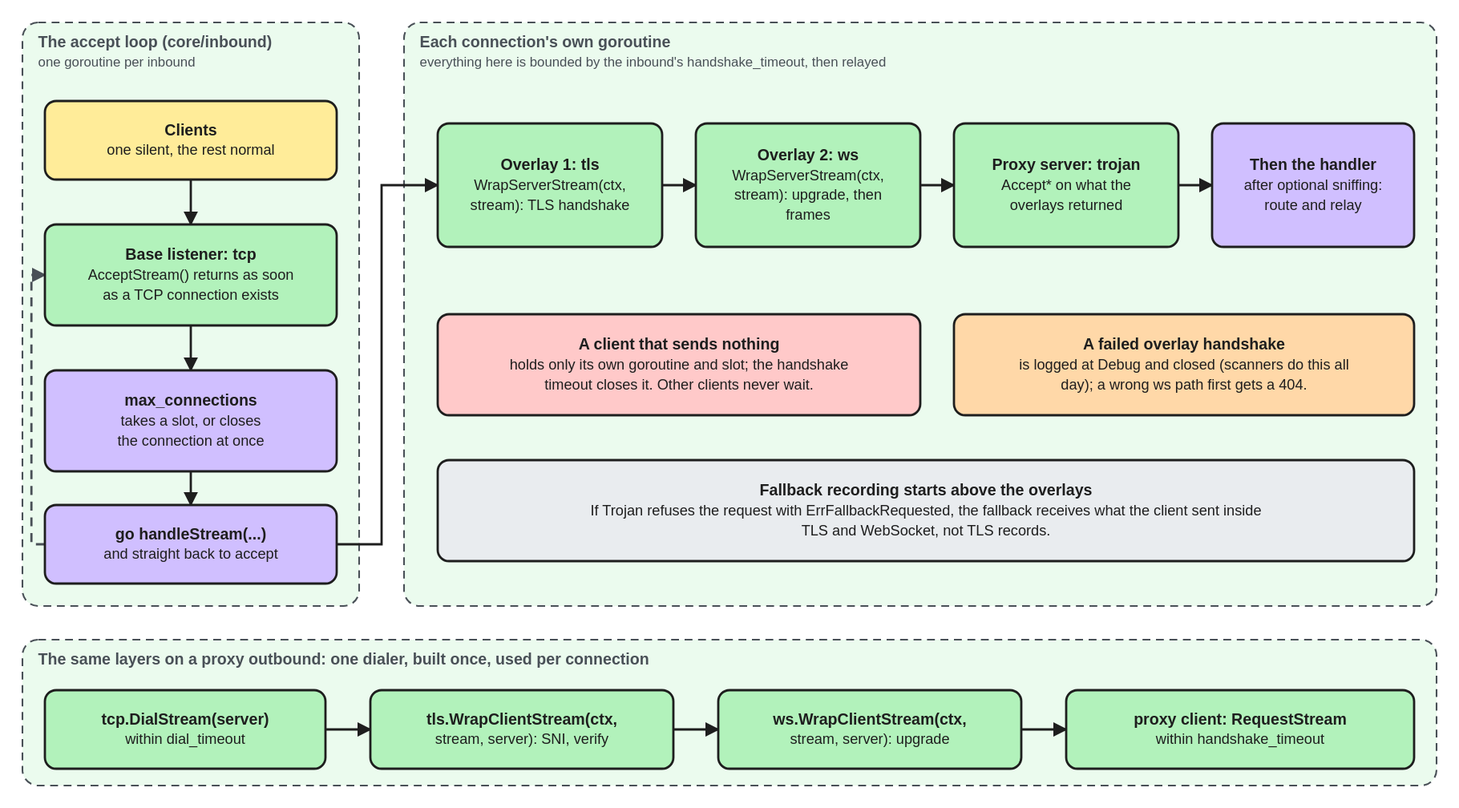
Before: docs/assets/diagrams/overlay-per-connection.excalidraw.svg, a diagram exported from Excalidraw (we-apranik/apranik). Source tidied: one line per element, renumbered; positions are measured from the earlier drawing's top-left corner, leaving out a move shared by most shapes. Its diagram source:
```json
{"id": 0, "type": "rectangle", "strokeColor": "#495057", "backgroundColor": "#ebfbee", "fillStyle": "solid", "strokeWidth": 1, "strokeStyle": "dashed", "roughness": 0, "round": true, "x": 0, "y": 0, "width": 300, "height": 520}
{"id": 1, "type": "text", "text": "The accept loop (core/inbound)\none goroutine per inbound", "strokeColor": "#495057", "strokeWidth": 2, "roughness": 0, "fontSize": 14, "fontFamily": 2, "verticalAlign": "middle", "x": 14, "y": 8, "width": 272, "height": 35}
{"id": 2, "type": "rectangle", "strokeColor": "#1e1e1e", "backgroundColor": "#ffec99", "fillStyle": "solid", "strokeWidth": 2, "roughness": 0, "round": true, "x": 20, "y": 70, "width": 260, "height": 70}
{"id": 3, "type": "text", "text": "Clients\none silent, the rest normal", "strokeColor": "#1e1e1e", "strokeWidth": 2, "roughness": 0, "fontSize": 13, "fontFamily": 2, "textAlign": "center", "verticalAlign": "middle", "inside": 2, "x": 20, "y": 70, "width": 260, "height": 32}
{"id": 4, "type": "rectangle", "strokeColor": "#1e1e1e", "backgroundColor": "#b2f2bb", "fillStyle": "solid", "strokeWidth": 2, "roughness": 0, "round": true, "x": 20, "y": 180, "width": 260, "height": 90}
{"id": 5, "type": "text", "text": "Base listener: tcp\nAcceptStream() returns as soon\nas a TCP connection exists", "strokeColor": "#1e1e1e", "strokeWidth": 2, "roughness": 0, "fontSize": 13, "fontFamily": 2, "textAlign": "center", "verticalAlign": "middle", "inside": 4, "x": 20, "y": 180, "width": 260, "height": 49}
{"id": 6, "type": "rectangle", "strokeColor": "#1e1e1e", "backgroundColor": "#d0bfff", "fillStyle": "solid", "strokeWidth": 2, "roughness": 0, "round": true, "x": 20, "y": 310, "width": 260, "height": 90}
{"id": 7, "type": "text", "text": "max_connections\ntakes a slot, or closes\nthe connection at once", "strokeColor": "#1e1e1e", "strokeWidth": 2, "roughness": 0, "fontSize": 13, "fontFamily": 2, "textAlign": "center", "verticalAlign": "middle", "inside": 6, "x": 20, "y": 310, "width": 260, "height": 49}
{"id": 8, "type": "rectangle", "strokeColor": "#1e1e1e", "backgroundColor": "#d0bfff", "fillStyle": "solid", "strokeWidth": 2, "roughness": 0, "round": true, "x": 20, "y": 430, "width": 260, "height": 70}
{"id": 9, "type": "text", "text": "go handleStream(...)\nand straight back to accept", "strokeColor": "#1e1e1e", "strokeWidth": 2, "roughness": 0, "fontSize": 13, "fontFamily": 2, "textAlign": "center", "verticalAlign": "middle", "inside": 8, "x": 20, "y": 430, "width": 260, "height": 32}
{"id": 10, "type": "arrow", "strokeColor": "#1e1e1e", "strokeWidth": 2, "roughness": 0, "endArrowhead": "arrow", "from": 2, "to": 4, "x": 150, "y": 140, "width": 0, "height": 40, "points": [[0, 0], [0, 40]]}
{"id": 11, "type": "arrow", "strokeColor": "#1e1e1e", "strokeWidth": 2, "roughness": 0, "endArrowhead": "arrow", "from": 4, "to": 6, "x": 150, "y": 270, "width": 0, "height": 40, "points": [[0, 0], [0, 40]]}
{"id": 12, "type": "arrow", "strokeColor": "#1e1e1e", "strokeWidth": 2, "roughness": 0, "endArrowhead": "arrow", "from": 6, "to": 8, "x": 150, "y": 400, "width": 0, "height": 30, "points": [[0, 0], [0, 30]]}
{"id": 13, "type": "arrow", "strokeColor": "#495057", "strokeWidth": 2, "strokeStyle": "dashed", "roughness": 0, "endArrowhead": "arrow", "from": 8, "to": 4, "x": 20, "y": 465, "width": 12, "height": 240, "points": [[0, 0], [-12, 0], [-12, -240], [0, -240]]}
{"id": 14, "type": "rectangle", "strokeColor": "#495057", "backgroundColor": "#ebfbee", "fillStyle": "solid", "strokeWidth": 1, "strokeStyle": "dashed", "roughness": 0, "round": true, "x": 340, "y": 0, "width": 920, "height": 520}
{"id": 15, "type": "text", "text": "Each connection's own goroutine\neverything here is bounded by the inbound's handshake_timeout, then relayed", "strokeColor": "#495057", "strokeWidth": 2, "roughness": 0, "fontSize": 14, "fontFamily": 2, "verticalAlign": "middle", "x": 354, "y": 8, "width": 892, "height": 35}
{"id": 16, "type": "rectangle", "strokeColor": "#1e1e1e", "backgroundColor": "#b2f2bb", "fillStyle": "solid", "strokeWidth": 2, "roughness": 0, "round": true, "x": 370, "y": 90, "width": 200, "height": 110}
{"id": 17, "type": "text", "text": "Overlay 1: tls\nWrapServerStream(ctx,\nstream): TLS handshake", "strokeColor": "#1e1e1e", "strokeWidth": 2, "roughness": 0, "fontSize": 13, "fontFamily": 2, "textAlign": "center", "verticalAlign": "middle", "inside": 16, "x": 370, "y": 90, "width": 200, "height": 49}
{"id": 18, "type": "rectangle", "strokeColor": "#1e1e1e", "backgroundColor": "#b2f2bb", "fillStyle": "solid", "strokeWidth": 2, "roughness": 0, "round": true, "x": 600, "y": 90, "width": 200, "height": 110}
{"id": 19, "type": "text", "text": "Overlay 2: ws\nWrapServerStream(ctx,\nstream): upgrade, then\nframes", "strokeColor": "#1e1e1e", "strokeWidth": 2, "roughness": 0, "fontSize": 13, "fontFamily": 2, "textAlign": "center", "verticalAlign": "middle", "inside": 18, "x": 600, "y": 90, "width": 200, "height": 65}
{"id": 20, "type": "rectangle", "strokeColor": "#1e1e1e", "backgroundColor": "#b2f2bb", "fillStyle": "solid", "strokeWidth": 2, "roughness": 0, "round": true, "x": 830, "y": 90, "width": 200, "height": 110}
{"id": 21, "type": "text", "text": "Proxy server: trojan\nAccept* on what the\noverlays returned", "strokeColor": "#1e1e1e", "strokeWidth": 2, "roughness": 0, "fontSize": 13, "fontFamily": 2, "textAlign": "center", "verticalAlign": "middle", "inside": 20, "x": 830, "y": 90, "width": 200, "height": 49}
{"id": 22, "type": "rectangle", "strokeColor": "#1e1e1e", "backgroundColor": "#d0bfff", "fillStyle": "solid", "strokeWidth": 2, "roughness": 0, "round": true, "x": 1060, "y": 90, "width": 180, "height": 110}
{"id": 23, "type": "text", "text": "Then the handler\nafter optional sniffing:\nroute and relay", "strokeColor": "#1e1e1e", "strokeWidth": 2, "roughness": 0, "fontSize": 13, "fontFamily": 2, "textAlign": "center", "verticalAlign": "middle", "inside": 22, "x": 1060, "y": 90, "width": 180, "height": 49}
{"id": 24, "type": "arrow", "strokeColor": "#1e1e1e", "strokeWidth": 2, "roughness": 0, "endArrowhead": "arrow", "from": 16, "to": 18, "x": 570, "y": 145, "width": 30, "height": 0, "points": [[0, 0], [30, 0]]}
{"id": 25, "type": "arrow", "strokeColor": "#1e1e1e", "strokeWidth": 2, "roughness": 0, "endArrowhead": "arrow", "from": 18, "to": 20, "x": 800, "y": 145, "width": 30, "height": 0, "points": [[0, 0], [30, 0]]}
{"id": 26, "type": "arrow", "strokeColor": "#1e1e1e", "strokeWidth": 2, "roughness": 0, "endArrowhead": "arrow", "from": 20, "to": 22, "x": 1030, "y": 145, "width": 30, "height": 0, "points": [[0, 0], [30, 0]]}
{"id": 27, "type": "arrow", "strokeColor": "#1e1e1e", "strokeWidth": 2, "roughness": 0, "endArrowhead": "arrow", "from": 8, "to": 16, "x": 280, "y": 465, "width": 90, "height": 320, "points": [[0, 0], [40, 0], [40, -320], [90, -320]]}
{"id": 28, "type": "rectangle", "strokeColor": "#1e1e1e", "backgroundColor": "#ffc9c9", "fillStyle": "solid", "strokeWidth": 2, "roughness": 0, "round": true, "x": 370, "y": 260, "width": 430, "height": 90}
{"id": 29, "type": "text", "text": "A client that sends nothing\nholds only its own goroutine and slot; the handshake\ntimeout closes it. Other clients never wait.", "strokeColor": "#1e1e1e", "strokeWidth": 2, "roughness": 0, "fontSize": 13, "fontFamily": 2, "textAlign": "center", "verticalAlign": "middle", "inside": 28, "x": 370, "y": 260, "width": 430, "height": 49}
{"id": 30, "type": "rectangle", "strokeColor": "#1e1e1e", "backgroundColor": "#ffd8a8", "fillStyle": "solid", "strokeWidth": 2, "roughness": 0, "round": true, "x": 830, "y": 260, "width": 410, "height": 90}
{"id": 31, "type": "text", "text": "A failed overlay handshake\nis logged at Debug and closed (scanners do this all\nday); a wrong ws path first gets a 404.", "strokeColor": "#1e1e1e", "strokeWidth": 2, "roughness": 0, "fontSize": 13, "fontFamily": 2, "textAlign": "center", "verticalAlign": "middle", "inside": 30, "x": 830, "y": 260, "width": 410, "height": 49}
{"id": 32, "type": "rectangle", "strokeColor": "#1e1e1e", "backgroundColor": "#e9ecef", "fillStyle": "solid", "strokeWidth": 2, "roughness": 0, "round": true, "x": 370, "y": 390, "width": 870, "height": 90}
{"id": 33, "type": "text", "text": "Fallback recording starts above the overlays\nIf Trojan refuses the request with ErrFallbackRequested, the fallback receives what the client sent inside\nTLS and WebSocket, not TLS records.", "strokeColor": "#1e1e1e", "strokeWidth": 2, "roughness": 0, "fontSize": 13, "fontFamily": 2, "textAlign": "center", "verticalAlign": "middle", "inside": 32, "x": 370, "y": 390, "width": 870, "height": 49}
{"id": 34, "type": "rectangle", "strokeColor": "#495057", "backgroundColor": "#ebfbee", "fillStyle": "solid", "strokeWidth": 1, "strokeStyle": "dashed", "roughness": 0, "round": true, "x": 0, "y": 550, "width": 1260, "height": 130}
{"id": 35, "type": "text", "text": "The same layers on a proxy outbound: one dialer, built once, used per connection", "strokeColor": "#495057", "strokeWidth": 2, "roughness": 0, "fontSize": 14, "fontFamily": 2, "verticalAlign": "middle", "x": 14, "y": 558, "width": 1232, "height": 18}
{"id": 36, "type": "rectangle", "strokeColor": "#1e1e1e", "backgroundColor": "#b2f2bb", "fillStyle": "solid", "strokeWidth": 2, "roughness": 0, "round": true, "x": 20, "y": 595, "width": 250, "height": 70}
{"id": 37, "type": "text", "text": "tcp.DialStream(server)\nwithin dial_timeout", "strokeColor": "#1e1e1e", "strokeWidth": 2, "roughness": 0, "fontSize": 13, "fontFamily": 2, "textAlign": "center", "verticalAlign": "middle", "inside": 36, "x": 20, "y": 595, "width": 250, "height": 32}
{"id": 38, "type": "rectangle", "strokeColor": "#1e1e1e", "backgroundColor": "#b2f2bb", "fillStyle": "solid", "strokeWidth": 2, "roughness": 0, "round": true, "x": 310, "y": 595, "width": 270, "height": 70}
{"id": 39, "type": "text", "text": "tls.WrapClientStream(ctx,\nstream, server): SNI, verify", "strokeColor": "#1e1e1e", "strokeWidth": 2, "roughness": 0, "fontSize": 13, "fontFamily": 2, "textAlign": "center", "verticalAlign": "middle", "inside": 38, "x": 310, "y": 595, "width": 270, "height": 32}
{"id": 40, "type": "rectangle", "strokeColor": "#1e1e1e", "backgroundColor": "#b2f2bb", "fillStyle": "solid", "strokeWidth": 2, "roughness": 0, "round": true, "x": 620, "y": 595, "width": 270, "height": 70}
{"id": 41, "type": "text", "text": "ws.WrapClientStream(ctx,\nstream, server): upgrade", "strokeColor": "#1e1e1e", "strokeWidth": 2, "roughness": 0, "fontSize": 13, "fontFamily": 2, "textAlign": "center", "verticalAlign": "middle", "inside": 40, "x": 620, "y": 595, "width": 270, "height": 32}
{"id": 42, "type": "rectangle", "strokeColor": "#1e1e1e", "backgroundColor": "#b2f2bb", "fillStyle": "solid", "strokeWidth": 2, "roughness": 0, "round": true, "x": 930, "y": 595, "width": 310, "height": 70}
{"id": 43, "type": "text", "text": "proxy client: RequestStream\nwithin handshake_timeout", "strokeColor": "#1e1e1e", "strokeWidth": 2, "roughness": 0, "fontSize": 13, "fontFamily": 2, "textAlign": "center", "verticalAlign": "middle", "inside": 42, "x": 930, "y": 595, "width": 310, "height": 32}
{"id": 44, "type": "arrow", "strokeColor": "#1e1e1e", "strokeWidth": 2, "roughness": 0, "endArrowhead": "arrow", "from": 36, "to": 38, "x": 270, "y": 630, "width": 40, "height": 0, "points": [[0, 0], [40, 0]]}
{"id": 45, "type": "arrow", "strokeColor": "#1e1e1e", "strokeWidth": 2, "roughness": 0, "endArrowhead": "arrow", "from": 38, "to": 40, "x": 580, "y": 630, "width": 40, "height": 0, "points": [[0, 0], [40, 0]]}
{"id": 46, "type": "arrow", "strokeColor": "#1e1e1e", "strokeWidth": 2, "roughness": 0, "endArrowhead": "arrow", "from": 40, "to": 42, "x": 890, "y": 630, "width": 40, "height": 0, "points": [[0, 0], [40, 0]]}
```
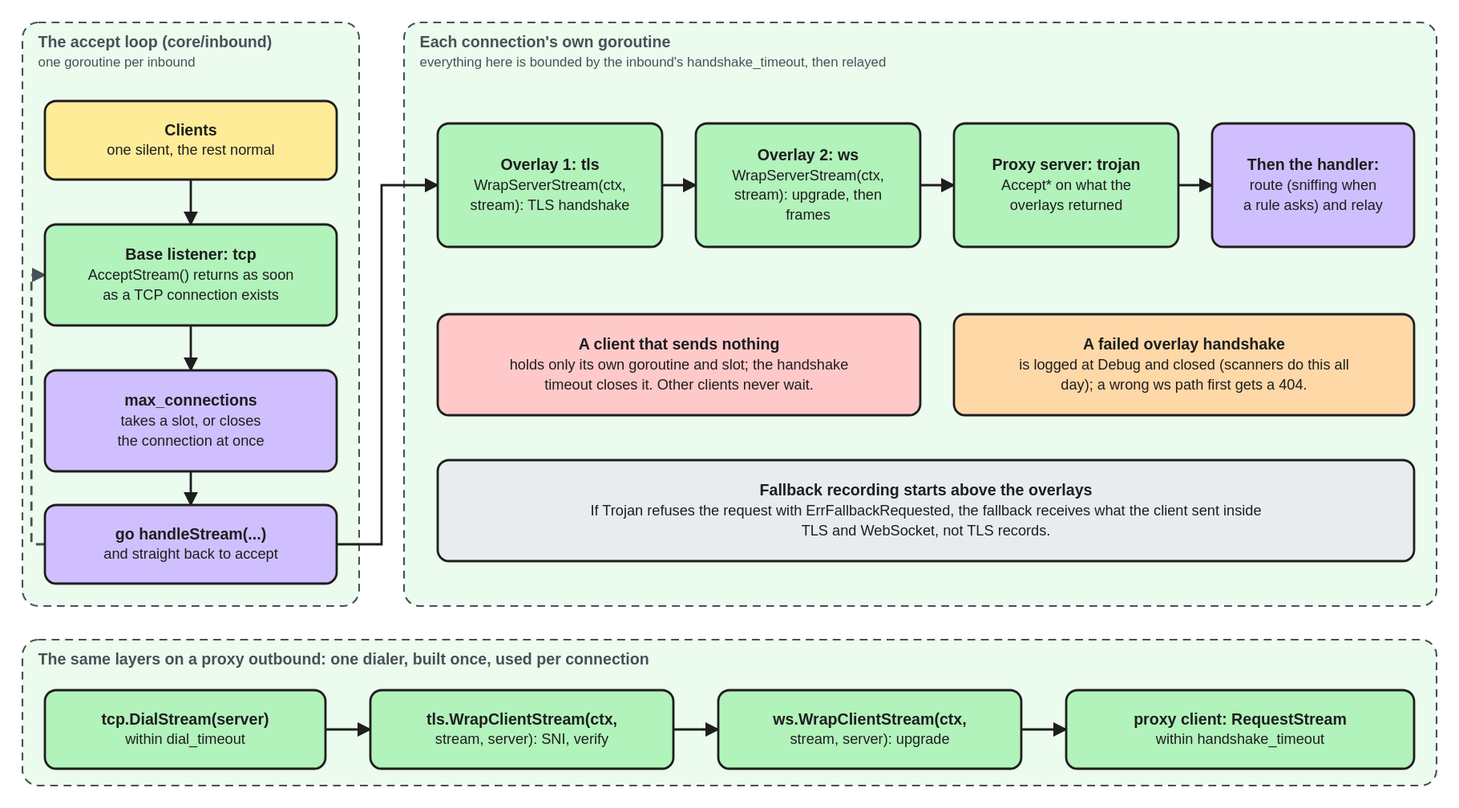
The same diagram one commit later.

Commit message:
Drop optional sniffing from the overlay-per-connection diagram

What changed in the source:
```diff
@@ -21,7 +21,7 @@
 {"id": 20, "type": "rectangle", "strokeColor": "#1e1e1e", "backgroundColor": "#b2f2bb", "fillStyle": "solid", "strokeWidth": 2, "roughness": 0, "round": true, "x": 830, "y": 90, "width": 200, "height": 110}
 {"id": 21, "type": "text", "text": "Proxy server: trojan\nAccept* on what the\noverlays returned", "strokeColor": "#1e1e1e", "strokeWidth": 2, "roughness": 0, "fontSize": 13, "fontFamily": 2, "textAlign": "center", "verticalAlign": "middle", "inside": 20, "x": 830, "y": 90, "width": 200, "height": 49}
 {"id": 22, "type": "rectangle", "strokeColor": "#1e1e1e", "backgroundColor": "#d0bfff", "fillStyle": "solid", "strokeWidth": 2, "roughness": 0, "round": true, "x": 1060, "y": 90, "width": 180, "height": 110}
-{"id": 23, "type": "text", "text": "Then the handler\nafter optional sniffing:\nroute and relay", "strokeColor": "#1e1e1e", "strokeWidth": 2, "roughness": 0, "fontSize": 13, "fontFamily": 2, "textAlign": "center", "verticalAlign": "middle", "inside": 22, "x": 1060, "y": 90, "width": 180, "height": 49}
+{"id": 23, "type": "text", "text": "Then the handler:\nroute (sniffing when\na rule asks) and relay", "strokeColor": "#1e1e1e", "strokeWidth": 2, "roughness": 0, "fontSize": 13, "fontFamily": 2, "textAlign": "center", "verticalAlign": "middle", "inside": 22, "x": 1060, "y": 90, "width": 180, "height": 49}
 {"id": 24, "type": "arrow", "strokeColor": "#1e1e1e", "strokeWidth": 2, "roughness": 0, "endArrowhead": "arrow", "from": 16, "to": 18, "x": 570, "y": 145, "width": 30, "height": 0, "points": [[0, 0], [30, 0]]}
 {"id": 25, "type": "arrow", "strokeColor": "#1e1e1e", "strokeWidth": 2, "roughness": 0, "endArrowhead": "arrow", "from": 18, "to": 20, "x": 800, "y": 145, "width": 30, "height": 0, "points": [[0, 0], [30, 0]]}
 {"id": 26, "type": "arrow", "strokeColor": "#1e1e1e", "strokeWidth": 2, "roughness": 0, "endArrowhead": "arrow", "from": 20, "to": 22, "x": 1030, "y": 145, "width": 30, "height": 0, "points": [[0, 0], [30, 0]]}
```
